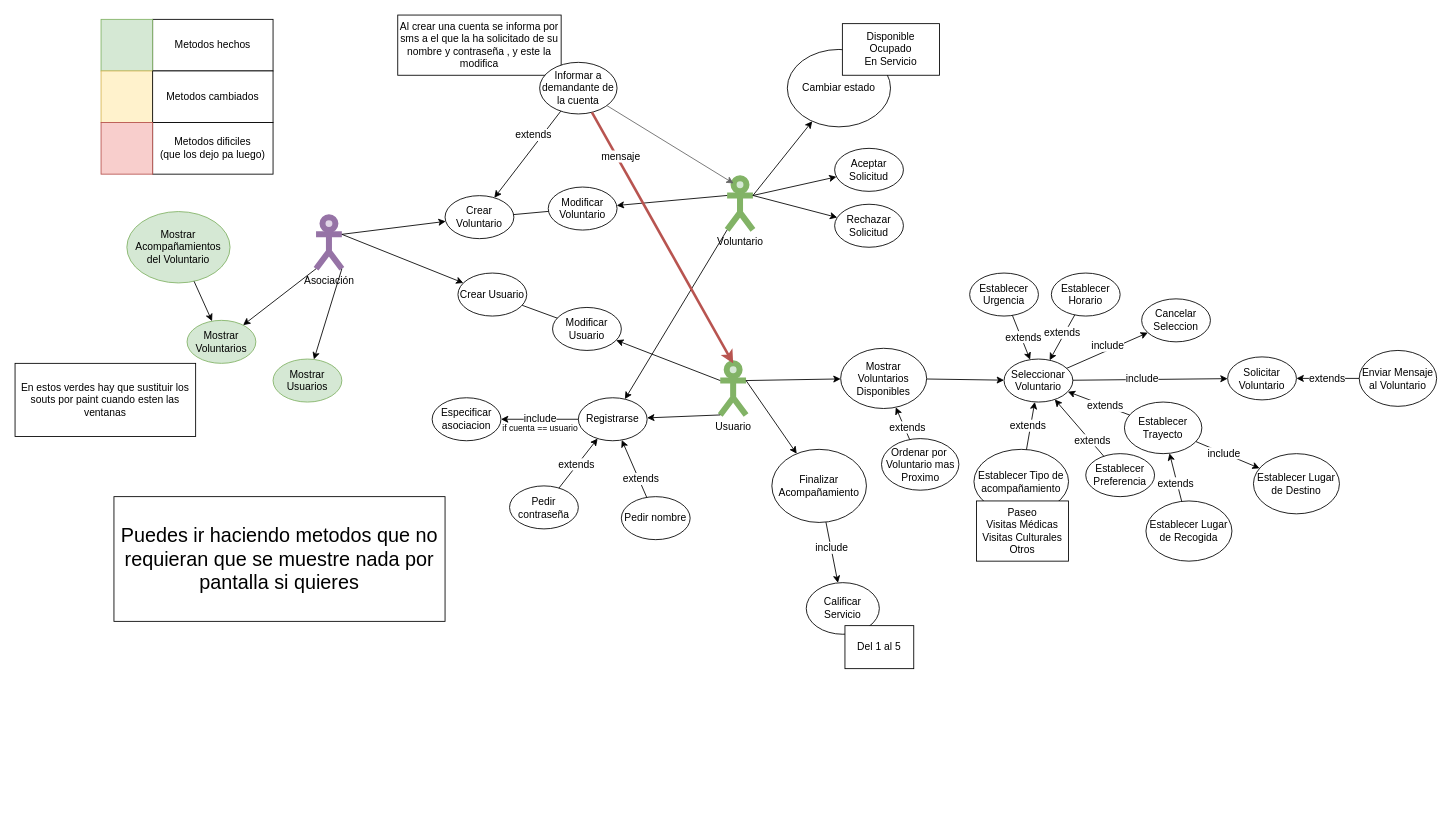
Millan214/Volunteering-Services keeps this draw.io diagram as Casos.drawio. Above is the earlier version. Source tidied: cells renumbered, new cells numbered last; positions are measured from the earlier drawing's top-left corner, leaving out a move shared by most shapes. Both pictures are drawn from the tidied source at 86%, with x=0, y=0 at pixel (15, 15).
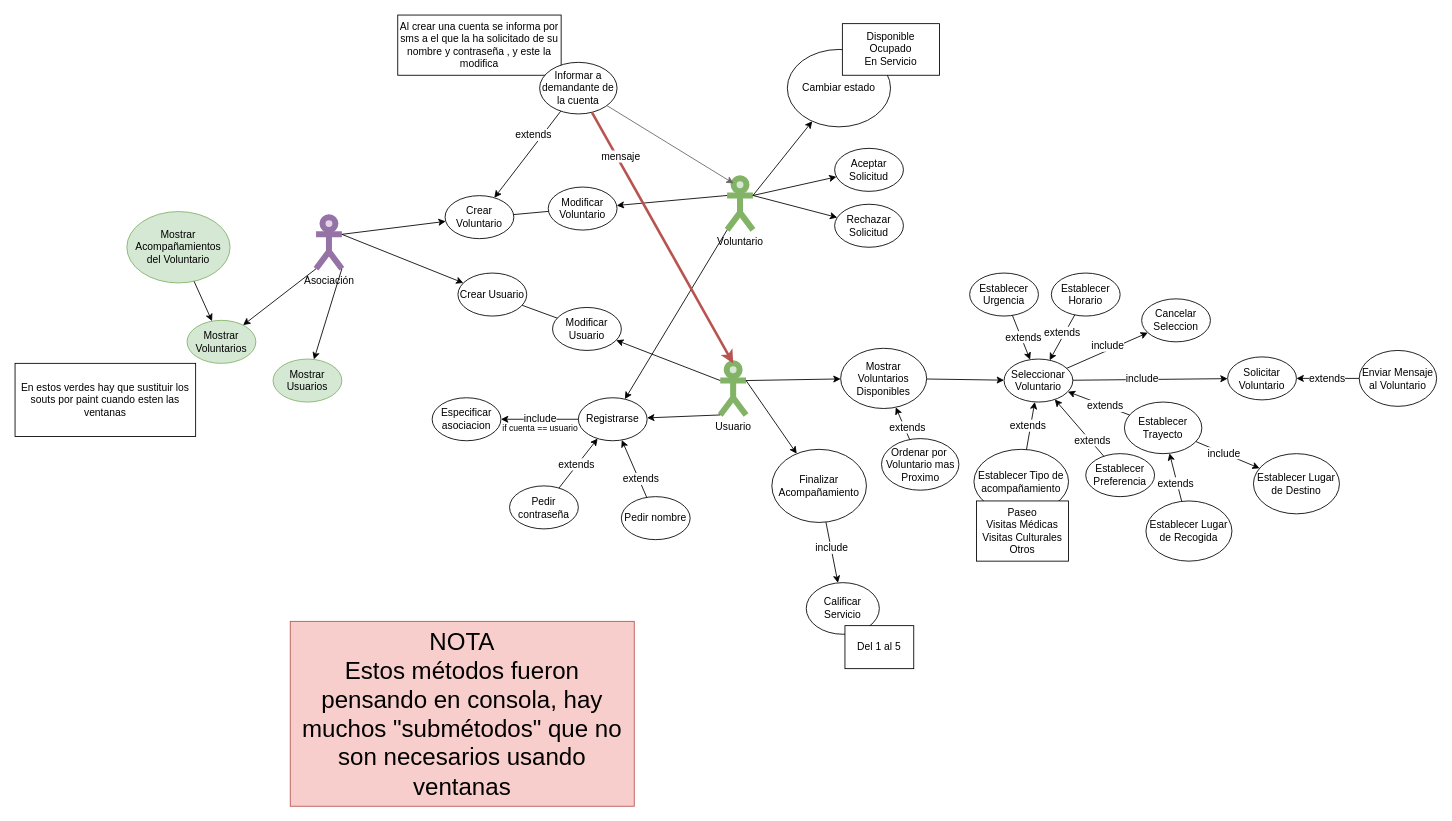
After the change.

Change to the diagram source:
```diff
@@
-    <mxCell id="91" value="Metodos hechos" style="rounded=0;whiteSpace=wrap;html=1;" parent="1" vertex="1">
-      <mxGeometry x="160" y="5" width="140" height="60" as="geometry" />
-    </mxCell>
-    <mxCell id="92" style="rounded=0;whiteSpace=wrap;html=1;fillColor=#d5e8d4;strokeColor=#82b366;" parent="1" vertex="1">
-      <mxGeometry x="100" y="5" width="60" height="60" as="geometry" />
-    </mxCell>
-    <mxCell id="93" style="rounded=0;whiteSpace=wrap;html=1;fillColor=#fff2cc;strokeColor=#d6b656;" parent="1" vertex="1">
-      <mxGeometry x="100" y="65" width="60" height="60" as="geometry" />
-    </mxCell>
-    <mxCell id="94" value="Metodos cambiados" style="rounded=0;whiteSpace=wrap;html=1;" parent="1" vertex="1">
-      <mxGeometry x="160" y="65" width="140" height="60" as="geometry" />
-    </mxCell>
-    <mxCell id="95" value="Metodos dificiles&lt;br&gt;(que los dejo pa luego)" style="rounded=0;whiteSpace=wrap;html=1;" parent="1" vertex="1">
-      <mxGeometry x="160" y="125" width="140" height="60" as="geometry" />
-    </mxCell>
-    <mxCell id="96" style="rounded=0;whiteSpace=wrap;html=1;fillColor=#f8cecc;strokeColor=#b85450;" parent="1" vertex="1">
-      <mxGeometry x="100" y="125" width="60" height="60" as="geometry" />
-    </mxCell>
@@
-    <mxCell id="99" value="&lt;font style=&quot;font-size: 23px&quot;&gt;Puedes ir haciendo metodos que no requieran que se muestre nada por pantalla si quieres&lt;/font&gt;" style="rounded=0;whiteSpace=wrap;html=1;" parent="1" vertex="1">
-      <mxGeometry x="115" y="560" width="385" height="145" as="geometry" />
-    </mxCell>
+    <mxCell id="100" value="&lt;font style=&quot;font-size: 28px&quot;&gt;NOTA&lt;br&gt;Estos métodos fueron pensando en consola, hay muchos &quot;submétodos&quot; que no son necesarios usando ventanas&lt;br&gt;&lt;/font&gt;" style="rounded=0;whiteSpace=wrap;html=1;fillColor=#f8cecc;strokeColor=#b85450;" parent="1" vertex="1">
+      <mxGeometry x="320" y="705" width="400" height="215" as="geometry" />
+    </mxCell>
```
